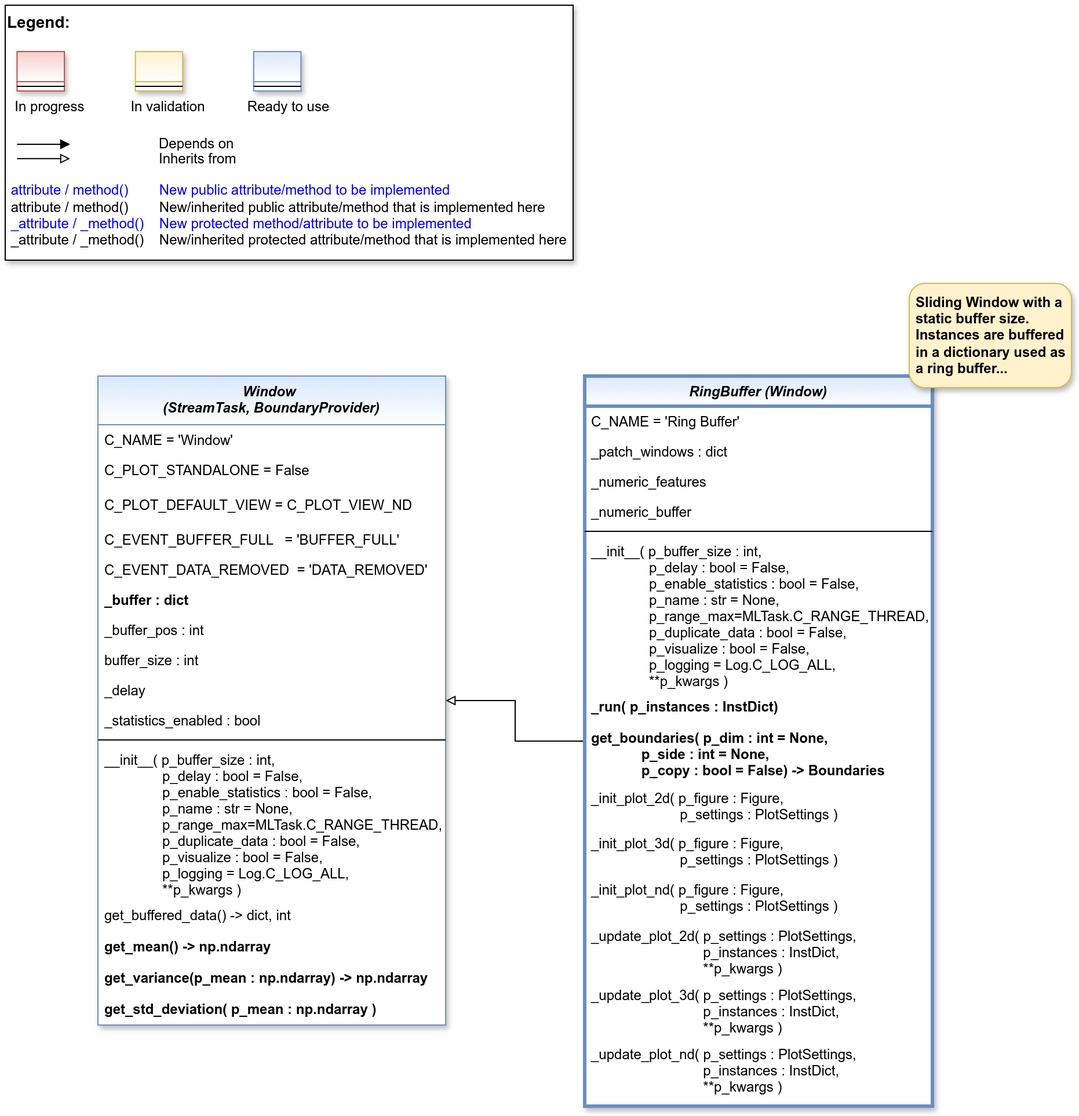
fhswf/MLPro keeps this draw.io diagram as doc/rtd/content/99_appendices/appendix2/sub/mlpro_bf/layer3_application_support/bf_streams_pool/tasks/images/MLPro-BF-Streams-Tasks-Window_class_diagram.drawio.png. Above is the earlier version. Source tidied: cells renumbered, new cells last; positions are measured from the earlier drawing's top-left corner, leaving out a move shared by most shapes.
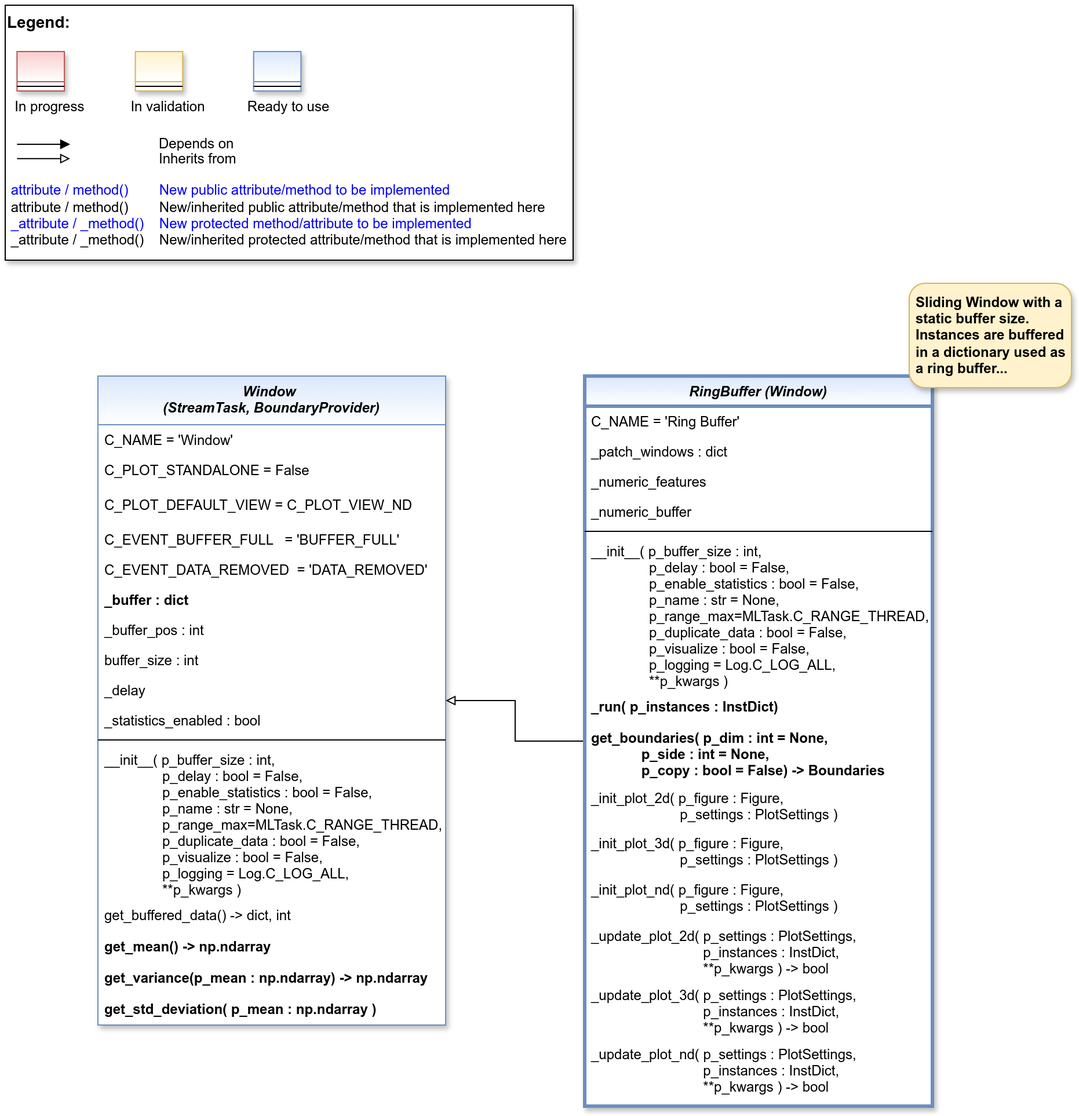
Later version of the same file.

The edit, as a diff of the source:
```diff
@@ -133,13 +133,13 @@
     <mxCell id="41" value="_init_plot_nd( p_figure : Figure, &#10;                       p_settings : PlotSettings )" style="text;align=left;verticalAlign=top;spacingLeft=4;spacingRight=4;overflow=hidden;fontColor=default;" parent="30" vertex="1">
       <mxGeometry y="430" width="300" height="40" as="geometry" />
     </mxCell>
-    <mxCell id="42" value="_update_plot_2d( p_settings : PlotSettings,&#10;                             p_instances : InstDict,&#10;                             **p_kwargs )" style="text;align=left;verticalAlign=top;spacingLeft=4;spacingRight=4;overflow=hidden;fontColor=default;" parent="30" vertex="1">
+    <mxCell id="42" value="_update_plot_2d( p_settings : PlotSettings,&#10;                             p_instances : InstDict,&#10;                             **p_kwargs ) -&gt; bool" style="text;align=left;verticalAlign=top;spacingLeft=4;spacingRight=4;overflow=hidden;fontColor=default;" parent="30" vertex="1">
       <mxGeometry y="470" width="300" height="51" as="geometry" />
     </mxCell>
-    <mxCell id="43" value="_update_plot_3d( p_settings : PlotSettings,&#10;                             p_instances : InstDict,&#10;                             **p_kwargs )" style="text;align=left;verticalAlign=top;spacingLeft=4;spacingRight=4;overflow=hidden;fontColor=default;" parent="30" vertex="1">
+    <mxCell id="43" value="_update_plot_3d( p_settings : PlotSettings,&#10;                             p_instances : InstDict,&#10;                             **p_kwargs ) -&gt; bool" style="text;align=left;verticalAlign=top;spacingLeft=4;spacingRight=4;overflow=hidden;fontColor=default;" parent="30" vertex="1">
       <mxGeometry y="521" width="300" height="51" as="geometry" />
     </mxCell>
-    <mxCell id="44" value="_update_plot_nd( p_settings : PlotSettings,&#10;                             p_instances : InstDict,&#10;                             **p_kwargs )" style="text;align=left;verticalAlign=top;spacingLeft=4;spacingRight=4;overflow=hidden;fontColor=default;" parent="30" vertex="1">
+    <mxCell id="44" value="_update_plot_nd( p_settings : PlotSettings,&#10;                             p_instances : InstDict,&#10;                             **p_kwargs ) -&gt; bool" style="text;align=left;verticalAlign=top;spacingLeft=4;spacingRight=4;overflow=hidden;fontColor=default;" parent="30" vertex="1">
       <mxGeometry y="572" width="300" height="51" as="geometry" />
     </mxCell>
     <mxCell id="45" value="&lt;span style=&quot;font-weight: 700;&quot;&gt;Sliding Window with a static buffer size. Instances are buffered in a dictionary used as a ring buffer...&lt;/span&gt;" style="rounded=1;whiteSpace=wrap;html=1;align=left;spacingLeft=4;verticalAlign=middle;fillColor=#fff2cc;strokeColor=#d6b656;gradientColor=none;shadow=1;" parent="1" vertex="1">
```
